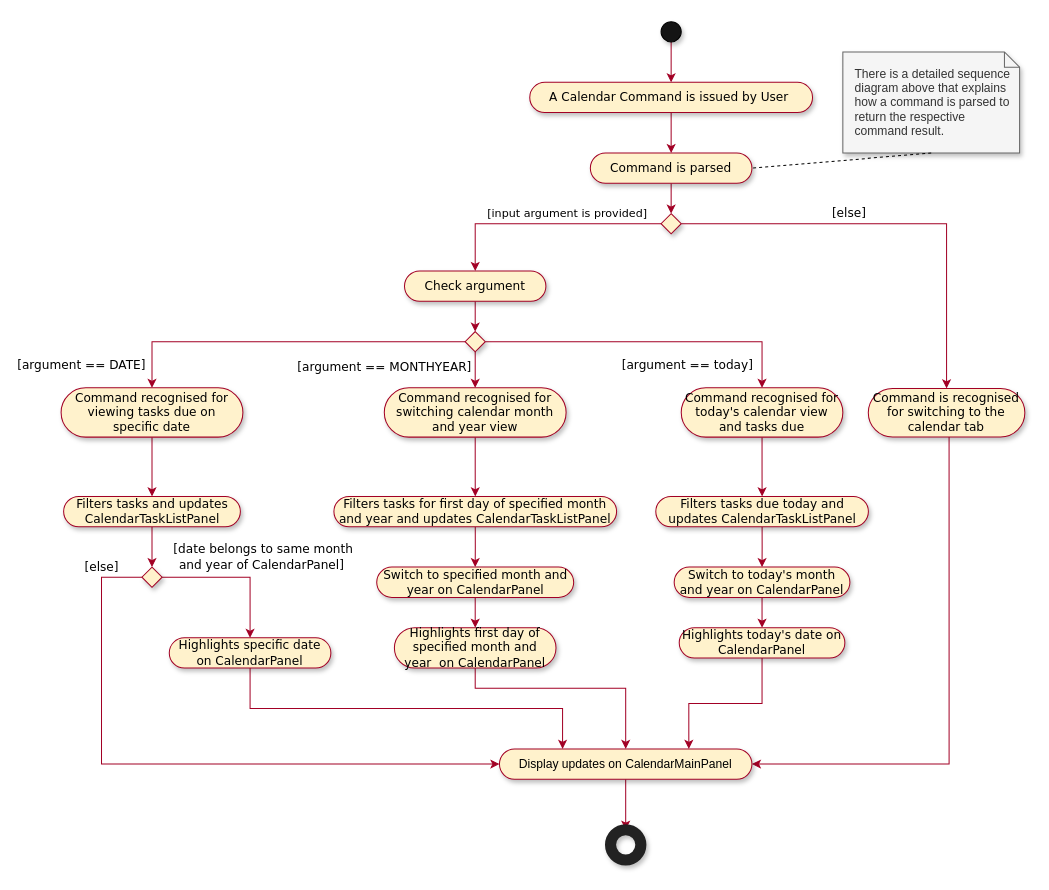
This is docs/diagrams/CalendarCommandActivityDiagram.drawio from yapdianhao/main, a draw.io file, before an edit. Source tidied: cells renumbered, new cells numbered last; positions are measured from the earlier drawing's top-left corner, leaving out a move shared by most shapes. Both pictures are drawn from the tidied source at 101%, with x=0, y=0 at pixel (61, 21).
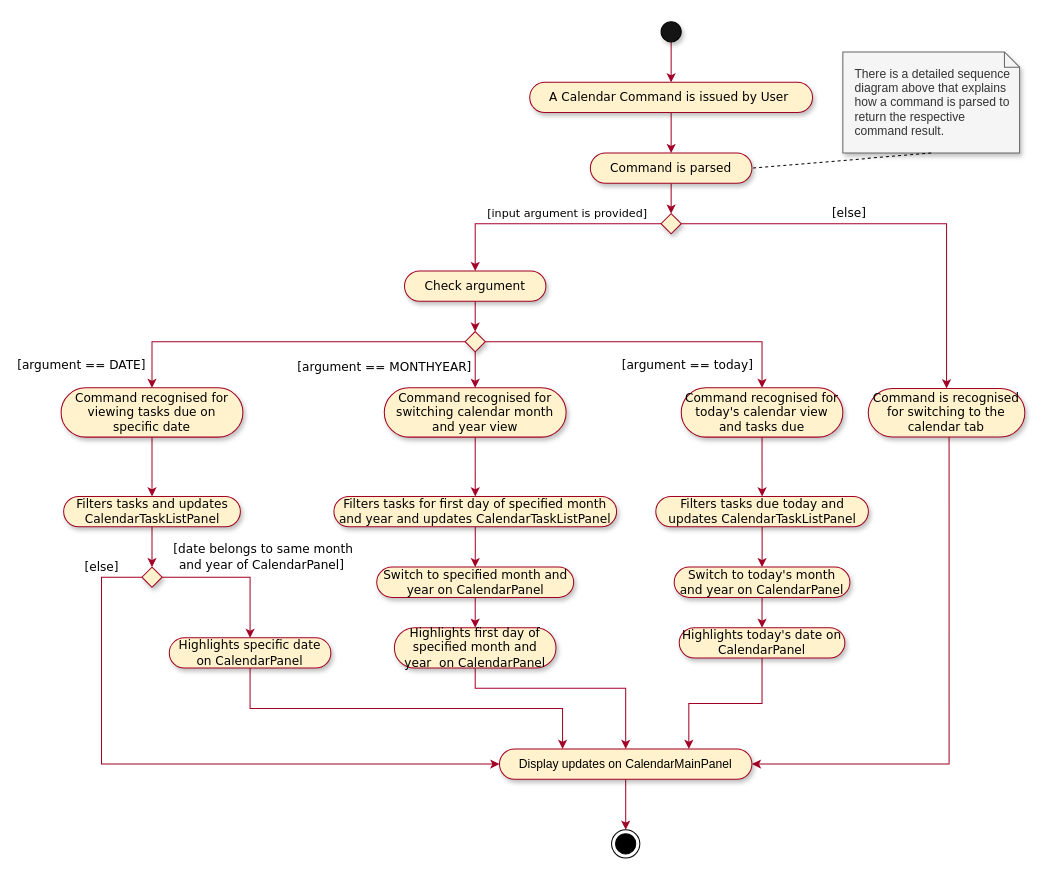
After the change.

Commit message (it also covers changes not shown here):
updated calendar section in DG

Unchanged cells that the change refers to:
```xml
<mxCell id="18" value="Display updates on CalendarMainPanel" style="whiteSpace=wrap;html=1;rounded=1;arcSize=50;align=center;verticalAlign=middle;strokeWidth=1;spacing=4;newEdgeStyle={&quot;edgeStyle&quot;:&quot;entityRelationEdgeStyle&quot;,&quot;startArrow&quot;:&quot;none&quot;,&quot;endArrow&quot;:&quot;none&quot;,&quot;segment&quot;:10,&quot;curved&quot;:1};shadow=1;fillColor=#fff2cc;strokeColor=#A20025;" parent="1" vertex="1">
  <mxGeometry x="434" y="720" width="250" height="30" as="geometry" />
</mxCell>
```

The edit, as a diff of the source:
```diff
@@
-    <mxCell id="17" style="edgeStyle=orthogonalEdgeStyle;rounded=0;jettySize=auto;html=1;startArrow=none;startFill=0;endArrow=classic;endFill=1;strokeColor=#A20025;fontFamily=Verdana;" parent="1" edge="1" source="18" target="19">
-      <mxGeometry relative="1" as="geometry" />
+    <mxCell id="17" style="edgeStyle=orthogonalEdgeStyle;rounded=0;jettySize=auto;html=1;startArrow=none;startFill=0;endArrow=classic;endFill=1;strokeColor=#A20025;fontFamily=Verdana;" parent="1" edge="1" source="18">
+      <mxGeometry relative="1" as="geometry">
+        <mxPoint x="559" y="800" as="targetPoint" />
+      </mxGeometry>
     </mxCell>
@@
-    <mxCell id="19" style="html=1;verticalLabelPosition=bottom;labelBackgroundColor=#ffffff;verticalAlign=top;shadow=1;dashed=0;strokeWidth=11;shape=mxgraph.ios7.misc.circle;strokeColor=#222222;fillColor=none;fontFamily=Verdana;align=center;" parent="1" vertex="1">
-      <mxGeometry x="544" y="800" width="30" height="30" as="geometry" />
-    </mxCell>
@@
+    <mxCell id="49" style="ellipse;html=1;shape=endState;fillColor=#000000;strokeColor=#000000;" parent="1" vertex="1">
+      <mxGeometry x="545" y="800" width="28" height="28" as="geometry" />
+    </mxCell>
```
